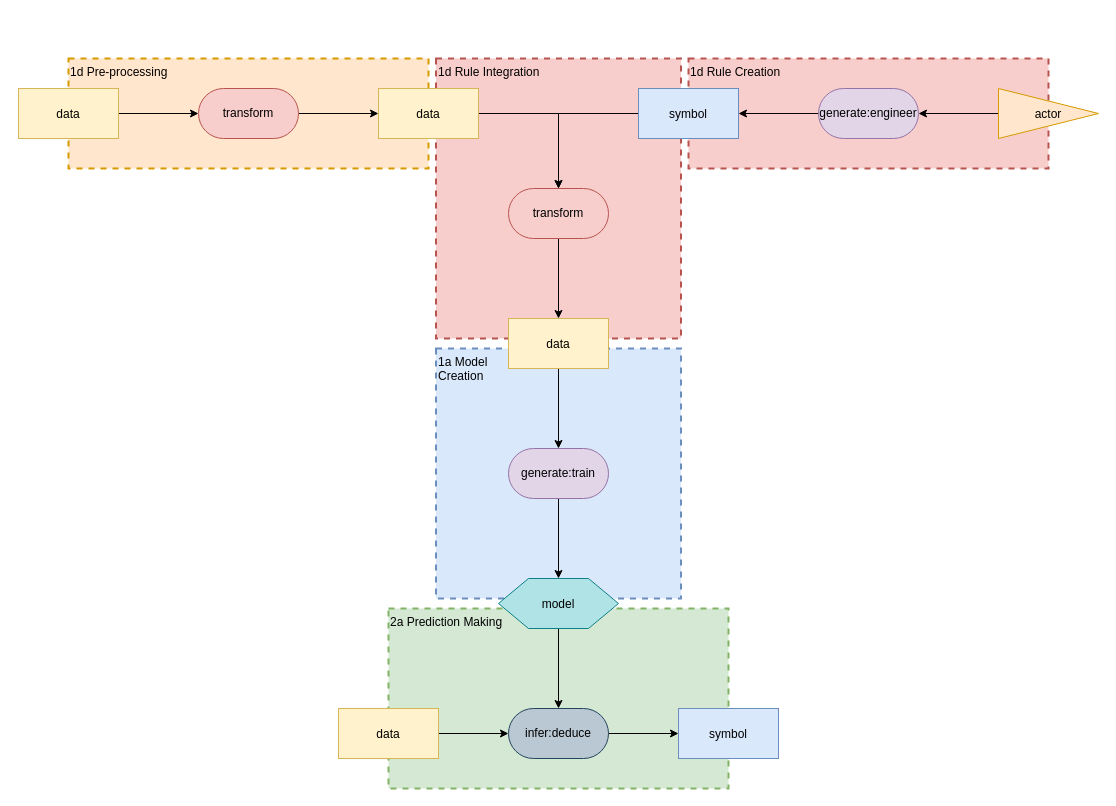
This is page "Generalized Pattern" (1 of 7) of medical patterns to boxologies/Rule-Based Method pre-processes input data for ML Prediction (RBML)/RMBL.drawio from zonnesmit/thesis, a draw.io file, before an edit. Source tidied: cells renumbered, new cells numbered last; positions are measured from the earlier drawing's top-left corner, leaving out a move shared by most shapes. Both pictures are drawn from the tidied source at 100%, with x=0, y=0 at pixel (18, 58).
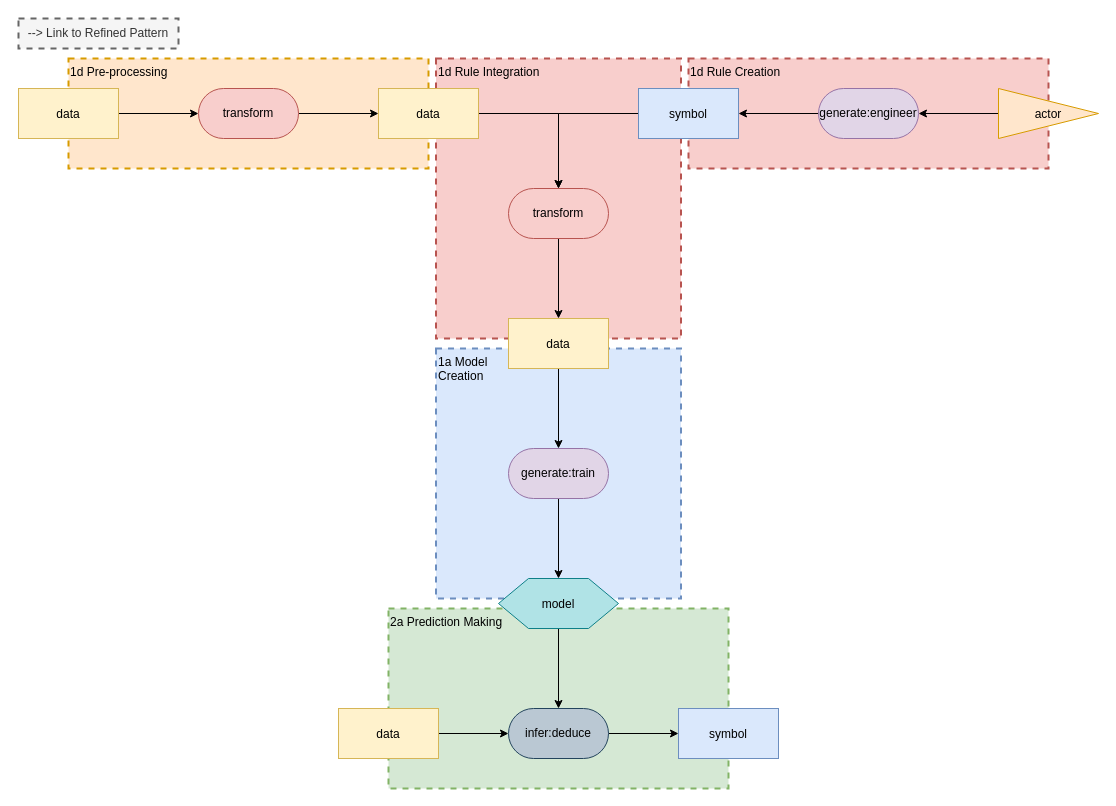
Above is the later version.

Diff of the diagram source:
```diff
@@
+    <mxCell id="32" value="--&amp;gt; Link to Refined Pattern" style="text;html=1;align=center;verticalAlign=middle;whiteSpace=wrap;rounded=0;dashed=1;fillColor=#f5f5f5;fontColor=#333333;strokeColor=#666666;strokeWidth=2;" parent="1" vertex="1">
+      <mxGeometry y="-40" width="160" height="30" as="geometry" />
+    </mxCell>
```
